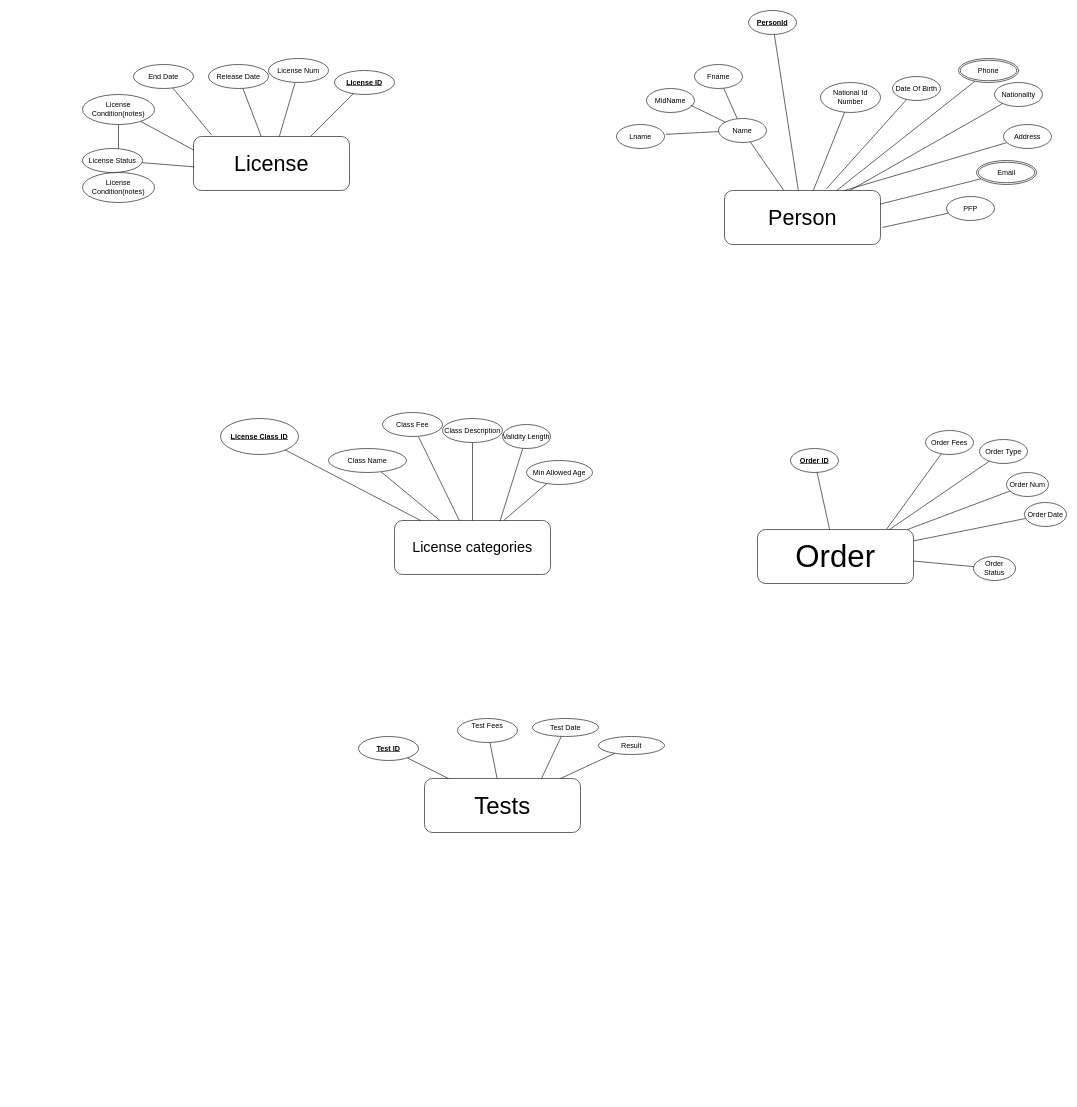
This is Initial Db Design/ERD.drawio from osama-dev2206/DLVD-System, a draw.io file, before an edit. Source tidied: cells renumbered, new cells numbered last; positions are measured from the earlier drawing's top-left corner, leaving out a move shared by most shapes. Both pictures are drawn from the tidied source at 60%, with x=0, y=0 at pixel (82, 10).
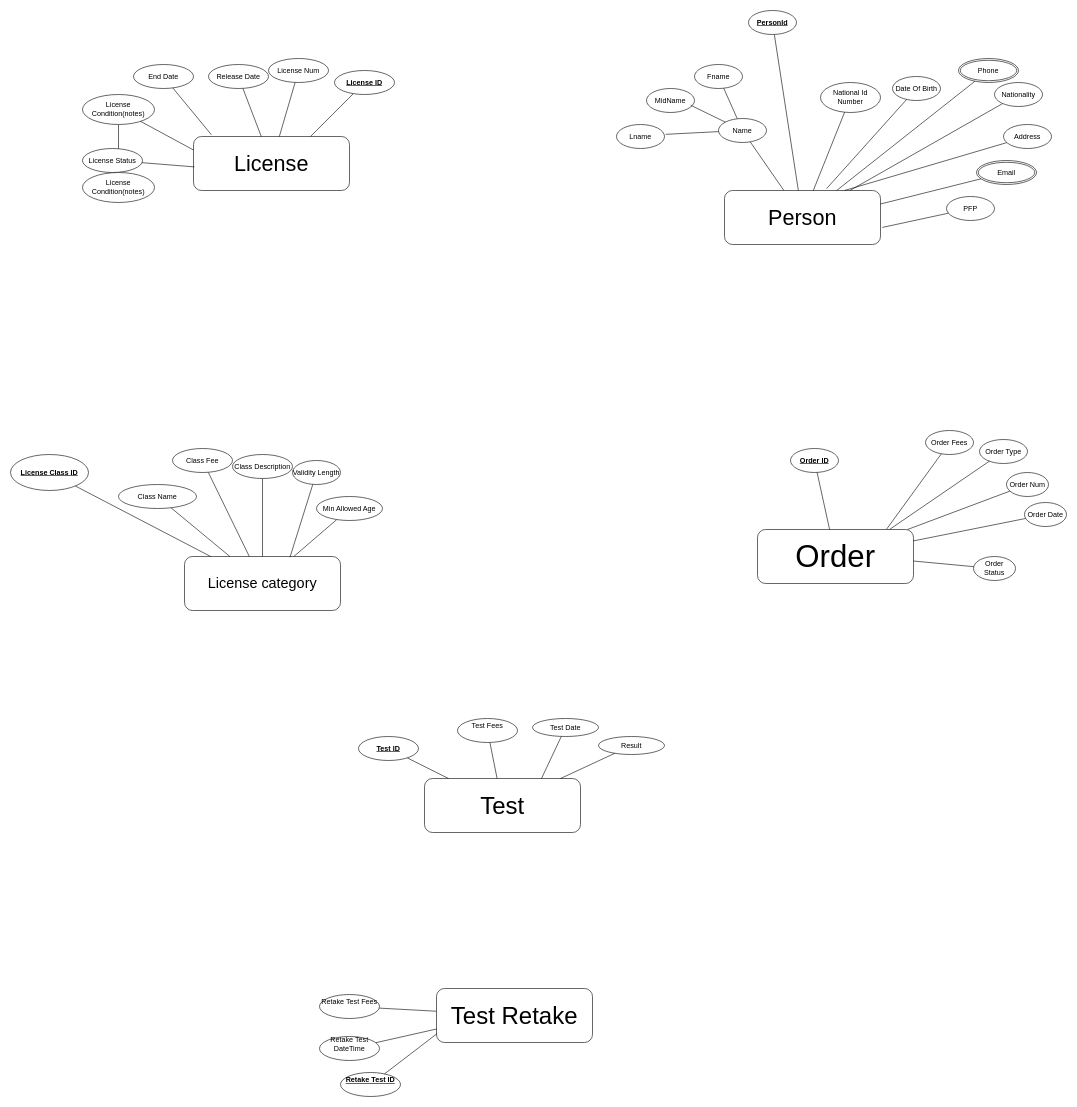
The same page after the edit.

Change to the diagram source:
```diff
@@
-    <mxCell id="40" value="&lt;font style=&quot;font-size: 24px;&quot;&gt;License categories&lt;/font&gt;" style="rounded=1;whiteSpace=wrap;html=1;" parent="1" vertex="1">
-      <mxGeometry x="520" y="850" width="260" height="90" as="geometry" />
+    <mxCell id="40" value="&lt;font style=&quot;font-size: 24px;&quot;&gt;License category&lt;/font&gt;" style="rounded=1;whiteSpace=wrap;html=1;" parent="1" vertex="1">
+      <mxGeometry x="170" y="910" width="260" height="90" as="geometry" />
     </mxCell>
@@
     <mxCell id="42" value="&lt;b&gt;&lt;u&gt;License Class ID&lt;/u&gt;&lt;/b&gt;" style="ellipse;whiteSpace=wrap;html=1;shapeInside=1;" parent="1" vertex="1">
-      <mxGeometry x="230" y="680" width="130" height="60" as="geometry" />
+      <mxGeometry x="-120" y="740" width="130" height="60" as="geometry" />
     </mxCell>
@@
     <mxCell id="44" value="Min Allowed Age" style="ellipse;whiteSpace=wrap;html=1;shapeInside=1;" parent="1" vertex="1">
-      <mxGeometry x="740" y="750" width="110" height="40" as="geometry" />
+      <mxGeometry x="390" y="810" width="110" height="40" as="geometry" />
     </mxCell>
@@
     <mxCell id="46" value="Validity Length" style="ellipse;whiteSpace=wrap;html=1;shapeInside=1;" parent="1" vertex="1">
-      <mxGeometry x="700" y="690" width="80" height="40" as="geometry" />
+      <mxGeometry x="350" y="750" width="80" height="40" as="geometry" />
     </mxCell>
@@
     <mxCell id="48" value="Class Name" style="ellipse;whiteSpace=wrap;html=1;shapeInside=1;" parent="1" vertex="1">
-      <mxGeometry x="410" y="730" width="130" height="40" as="geometry" />
+      <mxGeometry x="60" y="790" width="130" height="40" as="geometry" />
     </mxCell>
@@
     <mxCell id="50" value="Class Description" style="ellipse;whiteSpace=wrap;html=1;shapeInside=1;" parent="1" vertex="1">
-      <mxGeometry x="600" y="680" width="100" height="40" as="geometry" />
+      <mxGeometry x="250" y="740" width="100" height="40" as="geometry" />
     </mxCell>
@@
     <mxCell id="52" value="Class Fee" style="ellipse;whiteSpace=wrap;html=1;shapeInside=1;" parent="1" vertex="1">
-      <mxGeometry x="500" y="670" width="100" height="40" as="geometry" />
+      <mxGeometry x="150" y="730" width="100" height="40" as="geometry" />
     </mxCell>
-    <mxCell id="53" value="&lt;font style=&quot;font-size: 40px;&quot;&gt;Tests&lt;/font&gt;" style="rounded=1;whiteSpace=wrap;html=1;" parent="1" vertex="1">
+    <mxCell id="53" value="&lt;font style=&quot;font-size: 40px;&quot;&gt;Test&lt;/font&gt;" style="rounded=1;whiteSpace=wrap;html=1;" parent="1" vertex="1">
       <mxGeometry x="570" y="1280" width="260" height="90" as="geometry" />
     </mxCell>
@@
+    <mxCell id="77" style="rounded=0;jettySize=auto;html=1;endArrow=none;endFill=0;" parent="1" edge="1" source="78" target="79">
+      <mxGeometry relative="1" as="geometry" />
+    </mxCell>
+    <mxCell id="78" value="&lt;font style=&quot;font-size: 40px;&quot;&gt;Test Retake&lt;/font&gt;" style="rounded=1;whiteSpace=wrap;html=1;" parent="1" vertex="1">
+      <mxGeometry x="590" y="1630" width="260" height="90" as="geometry" />
+    </mxCell>
+    <mxCell id="79" value="Retake Test Fees&lt;div&gt;&lt;br&gt;&lt;/div&gt;" style="ellipse;whiteSpace=wrap;html=1;shapeInside=1;" parent="1" vertex="1">
+      <mxGeometry x="395" y="1640" width="100" height="40" as="geometry" />
+    </mxCell>
+    <mxCell id="80" style="rounded=0;jettySize=auto;html=1;entryX=0;entryY=0.75;entryDx=0;entryDy=0;endArrow=none;endFill=0;" parent="1" edge="1" source="81" target="78">
+      <mxGeometry relative="1" as="geometry" />
+    </mxCell>
+    <mxCell id="81" value="Retake Test DateTime&lt;div&gt;&lt;br&gt;&lt;/div&gt;" style="ellipse;whiteSpace=wrap;html=1;shapeInside=1;" parent="1" vertex="1">
+      <mxGeometry x="395" y="1710" width="100" height="40" as="geometry" />
+    </mxCell>
+    <mxCell id="82" value="&lt;u&gt;&lt;b&gt;Retake Test ID&lt;/b&gt;&lt;/u&gt;&lt;div&gt;&lt;u&gt;&lt;b&gt;&lt;br&gt;&lt;/b&gt;&lt;/u&gt;&lt;/div&gt;" style="ellipse;whiteSpace=wrap;html=1;shapeInside=1;" parent="1" vertex="1">
+      <mxGeometry x="430" y="1770" width="100" height="40" as="geometry" />
+    </mxCell>
+    <mxCell id="83" style="rounded=0;jettySize=auto;html=1;entryX=0.004;entryY=0.835;entryDx=0;entryDy=0;entryPerimeter=0;endArrow=none;endFill=0;" parent="1" edge="1" source="82" target="78">
+      <mxGeometry relative="1" as="geometry" />
+    </mxCell>
```
